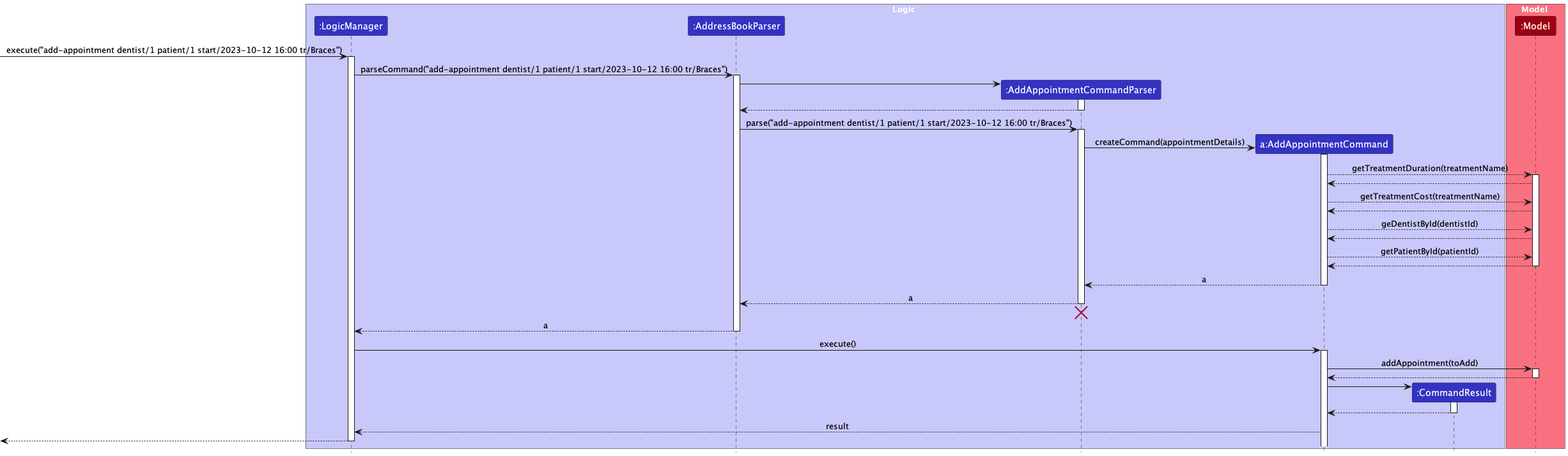
techjay-c/tp keeps this PlantUML diagram as docs/images/AddAppointmentSequenceDiagram.png. Above is the earlier version.
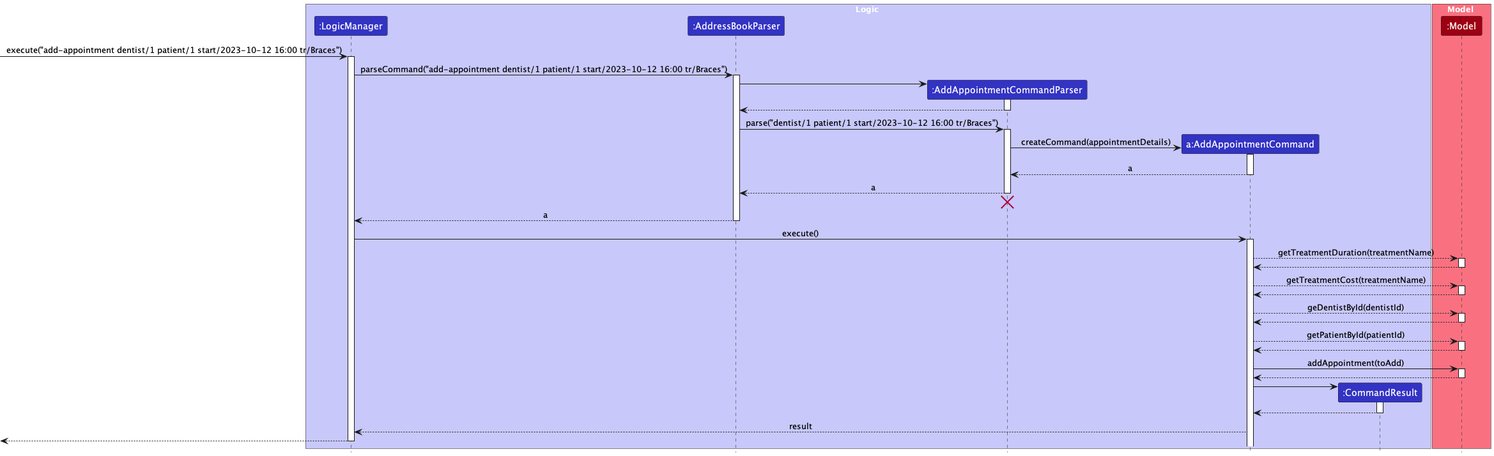
The same diagram one commit later.

Commit message:
Add appointment features into DG

Diff of the diagram source:
```diff
@@ -27,23 +27,13 @@
 AddAppointmentCommandParser --> AddressBookParser
 deactivate AddAppointmentCommandParser
 
-AddressBookParser -> AddAppointmentCommandParser : parse("add-appointment dentist/1 patient/1 start/2023-10-12 16:00 tr/Braces")
+AddressBookParser -> AddAppointmentCommandParser : parse("dentist/1 patient/1 start/2023-10-12 16:00 tr/Braces")
 activate AddAppointmentCommandParser
 
 create AddAppointmentCommand
 AddAppointmentCommandParser -> AddAppointmentCommand : createCommand(appointmentDetails)
 activate AddAppointmentCommand
 
-AddAppointmentCommand --> Model : getTreatmentDuration(treatmentName)
-activate Model
-Model --> AddAppointmentCommand
-AddAppointmentCommand --> Model : getTreatmentCost(treatmentName)
-Model --> AddAppointmentCommand
-AddAppointmentCommand --> Model : geDentistById(dentistId)
-Model --> AddAppointmentCommand
-AddAppointmentCommand --> Model : getPatientById(patientId)
-Model --> AddAppointmentCommand
-deactivate Model
 
 AddAppointmentCommand --> AddAppointmentCommandParser : a
 deactivate AddAppointmentCommand
@@ -58,6 +48,26 @@
 
 LogicManager -> AddAppointmentCommand : execute()
 activate AddAppointmentCommand
+
+AddAppointmentCommand --> Model : getTreatmentDuration(treatmentName)
+activate Model
+Model --> AddAppointmentCommand
+deactivate Model
+
+AddAppointmentCommand --> Model : getTreatmentCost(treatmentName)
+activate Model
+Model --> AddAppointmentCommand
+deactivate Model
+
+AddAppointmentCommand --> Model : geDentistById(dentistId)
+activate Model
+Model --> AddAppointmentCommand
+deactivate Model
+
+AddAppointmentCommand --> Model : getPatientById(patientId)
+activate Model
+Model --> AddAppointmentCommand
+deactivate Model
 
 AddAppointmentCommand -> Model : addAppointment(toAdd)
 activate Model
```
